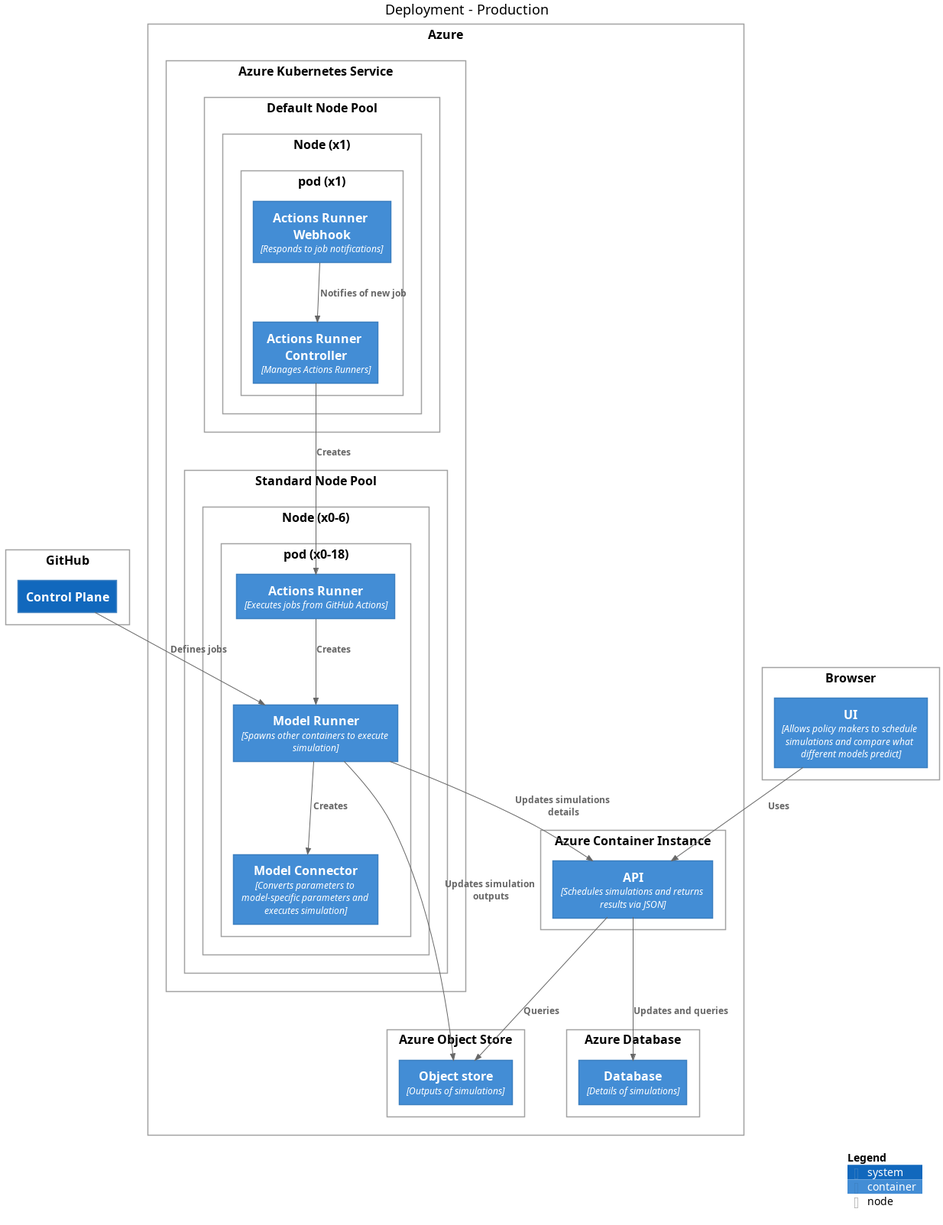
covid-policy-modelling/covid-policy-modelling.github.io keeps this PlantUML diagram as assets/diagrams/structurizr-Production-Deployment.png. Above is the earlier version.
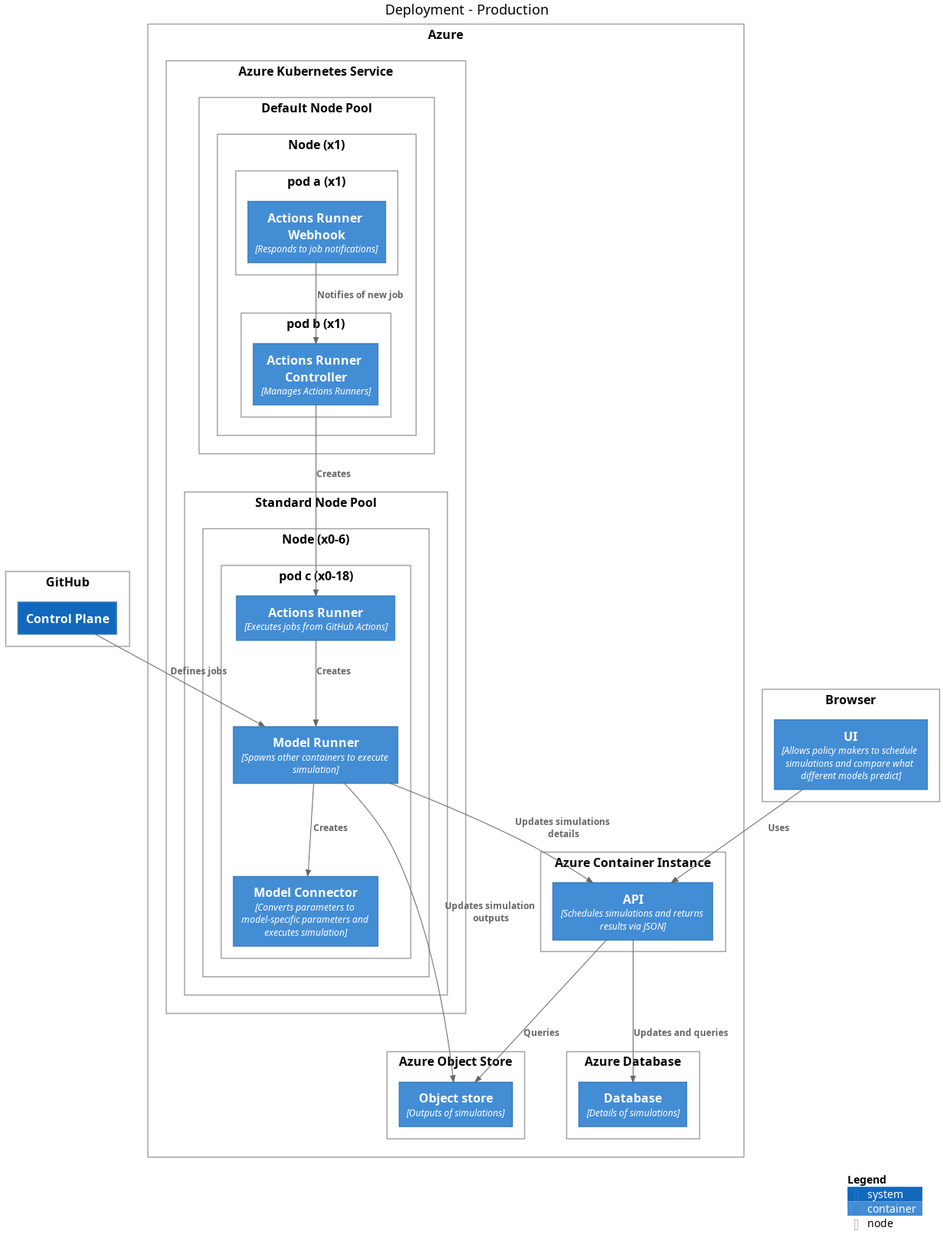
Later version of the same file.

Commit message:
Add separate pod for webhook

Diff of the diagram source:
```diff
@@ -28,9 +28,12 @@
   Deployment_Node(Production.Azure.AzureKubernetesService, "Azure Kubernetes Service") {
     Deployment_Node(Production.Azure.AzureKubernetesService.DefaultNodePool, "Default Node Pool") {
       Deployment_Node(Production.Azure.AzureKubernetesService.DefaultNodePool.Nodex1, "Node (x1)") {
-        Deployment_Node(Production.Azure.AzureKubernetesService.DefaultNodePool.Nodex1.podx1, "pod (x1)") {
-          Container(Production.Azure.AzureKubernetesService.DefaultNodePool.Nodex1.podx1.ActionsRunnerController_1, "Actions Runner Controller", "Manages Actions Runners")
-          Container(Production.Azure.AzureKubernetesService.DefaultNodePool.Nodex1.podx1.ActionsRunnerWebhook_1, "Actions Runner Webhook", "Responds to job notifications")
+        Deployment_Node(Production.Azure.AzureKubernetesService.DefaultNodePool.Nodex1.podax1, "pod a (x1)") {
+          Container(Production.Azure.AzureKubernetesService.DefaultNodePool.Nodex1.podax1.ActionsRunnerWebhook_1, "Actions Runner Webhook", "Responds to job notifications")
+        }
+
+        Deployment_Node(Production.Azure.AzureKubernetesService.DefaultNodePool.Nodex1.podbx1, "pod b (x1)") {
+          Container(Production.Azure.AzureKubernetesService.DefaultNodePool.Nodex1.podbx1.ActionsRunnerController_1, "Actions Runner Controller", "Manages Actions Runners")
         }
 
       }
@@ -39,10 +42,10 @@
 
     Deployment_Node(Production.Azure.AzureKubernetesService.StandardNodePool, "Standard Node Pool") {
       Deployment_Node(Production.Azure.AzureKubernetesService.StandardNodePool.Nodex06, "Node (x0-6)") {
-        Deployment_Node(Production.Azure.AzureKubernetesService.StandardNodePool.Nodex06.podx018, "pod (x0-18)") {
-          Container(Production.Azure.AzureKubernetesService.StandardNodePool.Nodex06.podx018.ActionsRunner_1, "Actions Runner", "Executes jobs from GitHub Actions")
-          Container(Production.Azure.AzureKubernetesService.StandardNodePool.Nodex06.podx018.ModelConnector_1, "Model Connector", "Converts parameters to model-specific parameters and executes simulation")
-          Container(Production.Azure.AzureKubernetesService.StandardNodePool.Nodex06.podx018.ModelRunner_1, "Model Runner", "Spawns other containers to execute simulation")
+        Deployment_Node(Production.Azure.AzureKubernetesService.StandardNodePool.Nodex06.podcx018, "pod c (x0-18)") {
+          Container(Production.Azure.AzureKubernetesService.StandardNodePool.Nodex06.podcx018.ActionsRunner_1, "Actions Runner", "Executes jobs from GitHub Actions")
+          Container(Production.Azure.AzureKubernetesService.StandardNodePool.Nodex06.podcx018.ModelConnector_1, "Model Connector", "Converts parameters to model-specific parameters and executes simulation")
+          Container(Production.Azure.AzureKubernetesService.StandardNodePool.Nodex06.podcx018.ModelRunner_1, "Model Runner", "Spawns other containers to execute simulation")
         }
 
       }
@@ -58,15 +61,15 @@
 }
 
 Rel_D(Production.Browser.UI_1, Production.Azure.AzureContainerInstance.API_1, "Uses")
-Rel_D(Production.Azure.AzureKubernetesService.DefaultNodePool.Nodex1.podx1.ActionsRunnerWebhook_1, Production.Azure.AzureKubernetesService.DefaultNodePool.Nodex1.podx1.ActionsRunnerController_1, "Notifies of new job")
-Rel_D(Production.Azure.AzureKubernetesService.DefaultNodePool.Nodex1.podx1.ActionsRunnerController_1, Production.Azure.AzureKubernetesService.StandardNodePool.Nodex06.podx018.ActionsRunner_1, "Creates")
-Rel_D(Production.Azure.AzureKubernetesService.StandardNodePool.Nodex06.podx018.ActionsRunner_1, Production.Azure.AzureKubernetesService.StandardNodePool.Nodex06.podx018.ModelRunner_1, "Creates")
-Rel_D(Production.Azure.AzureKubernetesService.StandardNodePool.Nodex06.podx018.ModelRunner_1, Production.Azure.AzureContainerInstance.API_1, "Updates simulations details")
-Rel_D(Production.Azure.AzureKubernetesService.StandardNodePool.Nodex06.podx018.ModelRunner_1, Production.Azure.AzureKubernetesService.StandardNodePool.Nodex06.podx018.ModelConnector_1, "Creates")
+Rel_D(Production.Azure.AzureKubernetesService.DefaultNodePool.Nodex1.podax1.ActionsRunnerWebhook_1, Production.Azure.AzureKubernetesService.DefaultNodePool.Nodex1.podbx1.ActionsRunnerController_1, "Notifies of new job")
+Rel_D(Production.Azure.AzureKubernetesService.DefaultNodePool.Nodex1.podbx1.ActionsRunnerController_1, Production.Azure.AzureKubernetesService.StandardNodePool.Nodex06.podcx018.ActionsRunner_1, "Creates")
+Rel_D(Production.Azure.AzureKubernetesService.StandardNodePool.Nodex06.podcx018.ActionsRunner_1, Production.Azure.AzureKubernetesService.StandardNodePool.Nodex06.podcx018.ModelRunner_1, "Creates")
+Rel_D(Production.Azure.AzureKubernetesService.StandardNodePool.Nodex06.podcx018.ModelRunner_1, Production.Azure.AzureContainerInstance.API_1, "Updates simulations details")
+Rel_D(Production.Azure.AzureKubernetesService.StandardNodePool.Nodex06.podcx018.ModelRunner_1, Production.Azure.AzureKubernetesService.StandardNodePool.Nodex06.podcx018.ModelConnector_1, "Creates")
 Rel_D(Production.Azure.AzureContainerInstance.API_1, Production.Azure.AzureDatabase.Database_1, "Updates and queries")
-Rel_D(Production.Azure.AzureKubernetesService.StandardNodePool.Nodex06.podx018.ModelRunner_1, Production.Azure.AzureObjectStore.Objectstore_1, "Updates simulation outputs")
+Rel_D(Production.Azure.AzureKubernetesService.StandardNodePool.Nodex06.podcx018.ModelRunner_1, Production.Azure.AzureObjectStore.Objectstore_1, "Updates simulation outputs")
 Rel_D(Production.Azure.AzureContainerInstance.API_1, Production.Azure.AzureObjectStore.Objectstore_1, "Queries")
-Rel_D(Production.GitHub.ControlPlane_1, Production.Azure.AzureKubernetesService.StandardNodePool.Nodex06.podx018.ModelRunner_1, "Defines jobs")
+Rel_D(Production.GitHub.ControlPlane_1, Production.Azure.AzureKubernetesService.StandardNodePool.Nodex06.podcx018.ModelRunner_1, "Defines jobs")
 
 SHOW_LEGEND()
 @enduml
```
